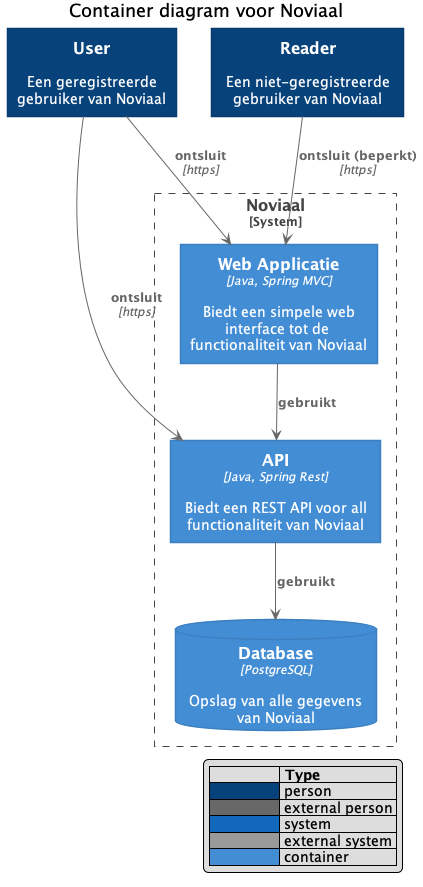
The PlantUML diagram documentatie/FO/c4-container-diagram.png in jvorhauer/noviaal, before a commit.
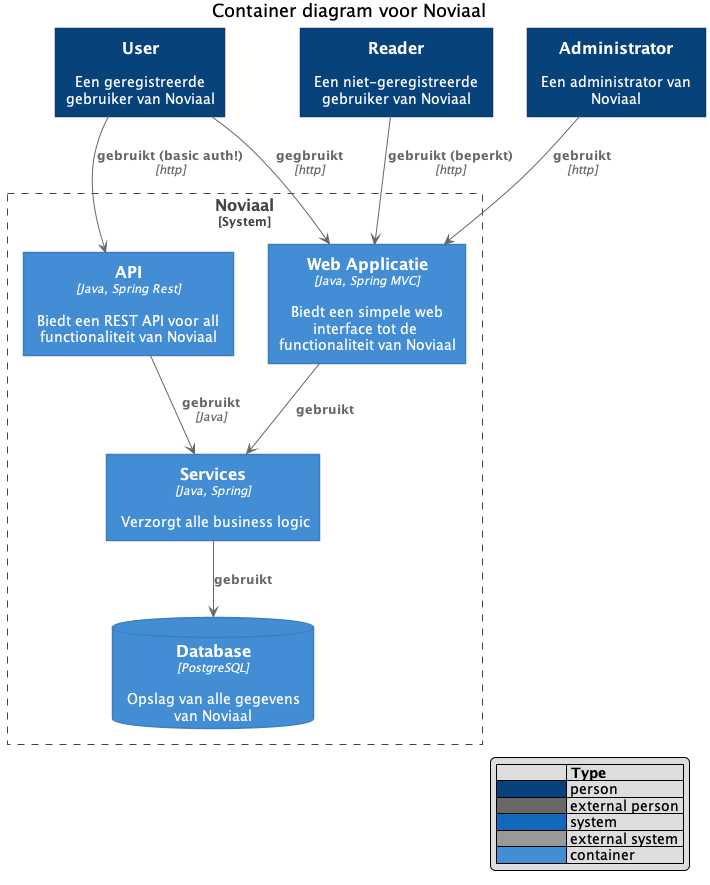
Later version of the same file.

What changed in the source:
```diff
@@ -8,19 +8,22 @@
 title Container diagram voor Noviaal
 
 Person(user, User, "Een geregistreerde gebruiker van Noviaal")
-
 Person(reader, Reader, "Een niet-geregistreerde gebruiker van Noviaal")
+Person(admin, Administrator, "Een administrator van Noviaal")
 
 System_Boundary(c1, "Noviaal") {
   Container(web_app, "Web Applicatie", "Java, Spring MVC", "Biedt een simpele web interface tot de functionaliteit van Noviaal")
   Container(api, "API", "Java, Spring Rest", "Biedt een REST API voor all functionaliteit van Noviaal")
+  Container(services, "Services", "Java, Spring", "Verzorgt alle business logic")
   ContainerDb(database, "Database", "PostgreSQL", "Opslag van alle gegevens van Noviaal")
 }
 
-Rel(user, web_app, "ontsluit", "https")
-Rel(reader, web_app, "ontsluit (beperkt)", "https")
-Rel(user, api, "ontsluit", "https")
-Rel(web_app, api, "gebruikt")
-Rel(api, database, "gebruikt")
+Rel(user, web_app, "gegbruikt", "http")
+Rel(reader, web_app, "gebruikt (beperkt)", "http")
+Rel(admin, web_app, "gebruikt", "http")
+Rel(user, api, "gebruikt (basic auth!)", "http")
+Rel(api, services, "gebruikt", "Java")
+Rel(web_app, services, "gebruikt")
+Rel(services, database, "gebruikt")
 
 @enduml
```
